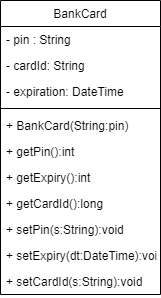
Above: schema/bcard.png in deeperj/rust (draw.io), before the change. Source tidied: cells renumbered, new cells last; positions are measured from the earlier drawing's top-left corner, leaving out a move shared by most shapes.
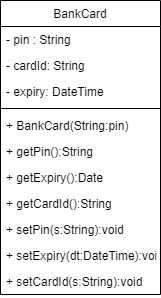
After the change.

Diff of the diagram source:
```diff
@@ -11,7 +11,7 @@
     <mxCell id="4" value="- cardId: String" style="text;align=left;verticalAlign=top;spacingLeft=4;spacingRight=4;overflow=hidden;rounded=0;shadow=0;html=0;" parent="2" vertex="1">
       <mxGeometry y="52" width="160" height="26" as="geometry" />
     </mxCell>
-    <mxCell id="5" value="- expiration: DateTime" style="text;align=left;verticalAlign=top;spacingLeft=4;spacingRight=4;overflow=hidden;rounded=0;shadow=0;html=0;" parent="2" vertex="1">
+    <mxCell id="5" value="- expiry: DateTime" style="text;align=left;verticalAlign=top;spacingLeft=4;spacingRight=4;overflow=hidden;rounded=0;shadow=0;html=0;" parent="2" vertex="1">
       <mxGeometry y="78" width="160" height="26" as="geometry" />
     </mxCell>
     <mxCell id="6" style="line;html=1;strokeWidth=1;align=left;verticalAlign=middle;spacingTop=-1;spacingLeft=3;spacingRight=3;labelPosition=right;" parent="2" vertex="1">
@@ -20,13 +20,13 @@
     <mxCell id="7" value="+ BankCard(String:pin)" style="text;align=left;verticalAlign=top;spacingLeft=4;spacingRight=4;overflow=hidden;" parent="2" vertex="1">
       <mxGeometry y="112" width="160" height="26" as="geometry" />
     </mxCell>
-    <mxCell id="8" value="+ getPin():int" style="text;align=left;verticalAlign=top;spacingLeft=4;spacingRight=4;overflow=hidden;" parent="2" vertex="1">
+    <mxCell id="8" value="+ getPin():String" style="text;align=left;verticalAlign=top;spacingLeft=4;spacingRight=4;overflow=hidden;" parent="2" vertex="1">
       <mxGeometry y="138" width="160" height="26" as="geometry" />
     </mxCell>
-    <mxCell id="9" value="+ getExpiry():int" style="text;align=left;verticalAlign=top;spacingLeft=4;spacingRight=4;overflow=hidden;" parent="2" vertex="1">
+    <mxCell id="9" value="+ getExpiry():Date" style="text;align=left;verticalAlign=top;spacingLeft=4;spacingRight=4;overflow=hidden;" parent="2" vertex="1">
       <mxGeometry y="164" width="160" height="26" as="geometry" />
     </mxCell>
-    <mxCell id="10" value="+ getCardId():long" style="text;align=left;verticalAlign=top;spacingLeft=4;spacingRight=4;overflow=hidden;" parent="2" vertex="1">
+    <mxCell id="10" value="+ getCardId():String" style="text;align=left;verticalAlign=top;spacingLeft=4;spacingRight=4;overflow=hidden;" parent="2" vertex="1">
       <mxGeometry y="190" width="160" height="26" as="geometry" />
     </mxCell>
     <mxCell id="11" value="+ setPin(s:String):void" style="text;align=left;verticalAlign=top;spacingLeft=4;spacingRight=4;overflow=hidden;" parent="2" vertex="1">
```
